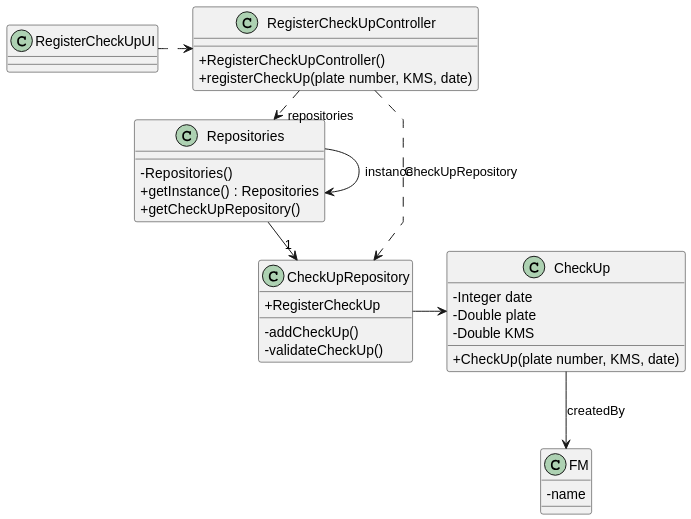
Above: docs/sprintA&B/us007/03.design/svg/us007-class-diagram.svg in daniel41silva05/ISEP_2023_2024_LAPR2 (PlantUML), before the change.
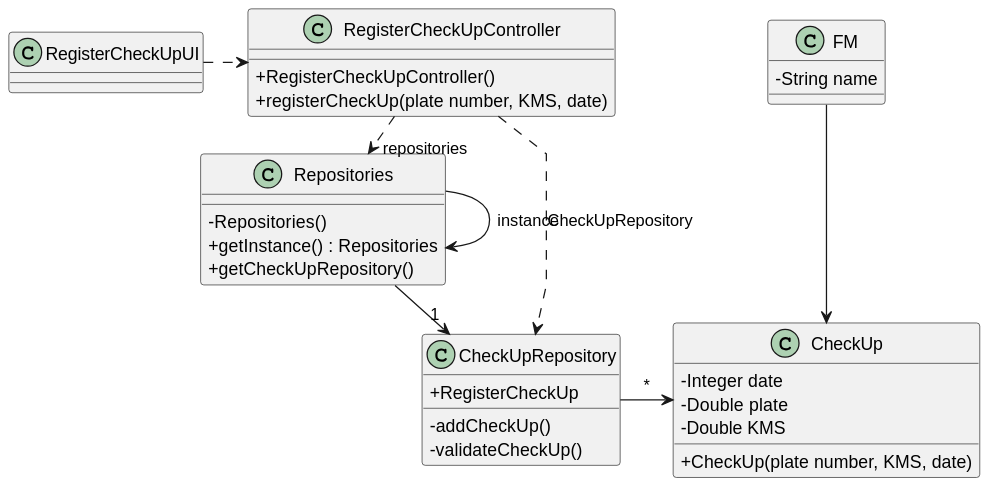
After the commit.

Commit message:
ED-21 Update US007 class diagram and implementation of the checkUpRepository

What changed in the source:
```diff
@@ -13,7 +13,7 @@
 }
 
 class FM {
-    - name
+    -String name
 }
 
 class CheckUp {
@@ -39,7 +39,6 @@
 class RegisterCheckUpUI {
 }
 
-Repositories -> Repositories : instance
 
 RegisterCheckUpUI .> RegisterCheckUpController
 
@@ -47,8 +46,10 @@
 
 Repositories -> "1" CheckUpRepository
 
-CheckUpRepository -> CheckUp
+CheckUpRepository -> CheckUp: *
 RegisterCheckUpController ..> CheckUpRepository : CheckUpRepository
 
-CheckUp --> FM : createdBy
+FM --> CheckUp
+
+Repositories -> Repositories : instance
 @enduml
```
